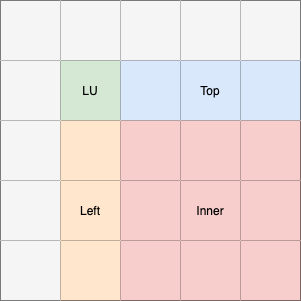
The draw.io diagram docs/source/LINPACK/implementation/lu_iteration_block1.drawio.png in pc2/HPCC_FPGA, before a commit. Source tidied: cells renumbered, new cells last; positions are measured from the earlier drawing's top-left corner, leaving out a move shared by most shapes. The source it was exported from:
```xml
<mxGraphModel>
  <root>
    <mxCell id="0" />
    <mxCell id="1" parent="0" />
    <mxCell id="2" style="shape=table;html=1;whiteSpace=wrap;startSize=0;" parent="1" vertex="1">
      <mxGeometry width="300" height="300" as="geometry" />
    </mxCell>
    <mxCell id="3" style="shape=partialRectangle;html=1;whiteSpace=wrap;fillColor=none;top=0;left=0;bottom=0;right=0;" parent="2" vertex="1">
      <mxGeometry width="300" height="60" as="geometry" />
    </mxCell>
    <mxCell id="4" style="shape=partialRectangle;html=1;whiteSpace=wrap;overflow=hidden;fillColor=#f5f5f5;top=0;left=0;bottom=0;right=0;strokeColor=#666666;fontColor=#333333;" parent="3" vertex="1">
      <mxGeometry width="60" height="60" as="geometry" />
    </mxCell>
    <mxCell id="5" style="shape=partialRectangle;html=1;whiteSpace=wrap;overflow=hidden;fillColor=#f5f5f5;top=0;left=0;bottom=0;right=0;strokeColor=#666666;fontColor=#333333;" parent="3" vertex="1">
      <mxGeometry x="60" width="60" height="60" as="geometry" />
    </mxCell>
    <mxCell id="6" style="shape=partialRectangle;html=1;whiteSpace=wrap;overflow=hidden;fillColor=#f5f5f5;top=0;left=0;bottom=0;right=0;strokeColor=#666666;fontColor=#333333;" parent="3" vertex="1">
      <mxGeometry x="120" width="60" height="60" as="geometry" />
    </mxCell>
    <mxCell id="7" style="shape=partialRectangle;html=1;whiteSpace=wrap;overflow=hidden;fillColor=#f5f5f5;top=0;left=0;bottom=0;right=0;strokeColor=#666666;fontColor=#333333;" parent="3" vertex="1">
      <mxGeometry x="180" width="60" height="60" as="geometry" />
    </mxCell>
    <mxCell id="8" style="shape=partialRectangle;html=1;whiteSpace=wrap;overflow=hidden;fillColor=#f5f5f5;top=0;left=0;bottom=0;right=0;strokeColor=#666666;fontColor=#333333;" parent="3" vertex="1">
      <mxGeometry x="240" width="60" height="60" as="geometry" />
    </mxCell>
    <mxCell id="9" style="shape=partialRectangle;html=1;whiteSpace=wrap;fillColor=none;top=0;left=0;bottom=0;right=0;" parent="2" vertex="1">
      <mxGeometry y="60" width="300" height="60" as="geometry" />
    </mxCell>
    <mxCell id="10" style="shape=partialRectangle;html=1;whiteSpace=wrap;overflow=hidden;fillColor=#f5f5f5;top=0;left=0;bottom=0;right=0;strokeColor=#666666;fontColor=#333333;" parent="9" vertex="1">
      <mxGeometry width="60" height="60" as="geometry" />
    </mxCell>
    <mxCell id="11" value="LU" style="shape=partialRectangle;html=1;whiteSpace=wrap;overflow=hidden;fillColor=#d5e8d4;top=0;left=0;bottom=0;right=0;strokeColor=#82b366;" parent="9" vertex="1">
      <mxGeometry x="60" width="60" height="60" as="geometry" />
    </mxCell>
    <mxCell id="12" style="shape=partialRectangle;html=1;whiteSpace=wrap;overflow=hidden;fillColor=#dae8fc;top=0;left=0;bottom=0;right=0;strokeColor=#6c8ebf;" parent="9" vertex="1">
      <mxGeometry x="120" width="60" height="60" as="geometry" />
    </mxCell>
    <mxCell id="13" value="Top" style="shape=partialRectangle;html=1;whiteSpace=wrap;overflow=hidden;fillColor=#dae8fc;top=0;left=0;bottom=0;right=0;strokeColor=#6c8ebf;" parent="9" vertex="1">
      <mxGeometry x="180" width="60" height="60" as="geometry" />
    </mxCell>
    <mxCell id="14" style="shape=partialRectangle;html=1;whiteSpace=wrap;overflow=hidden;fillColor=#dae8fc;top=0;left=0;bottom=0;right=0;strokeColor=#6c8ebf;" parent="9" vertex="1">
      <mxGeometry x="240" width="60" height="60" as="geometry" />
    </mxCell>
    <mxCell id="15" style="shape=partialRectangle;html=1;whiteSpace=wrap;fillColor=none;top=0;left=0;bottom=0;right=0;" parent="2" vertex="1">
      <mxGeometry y="120" width="300" height="60" as="geometry" />
    </mxCell>
    <mxCell id="16" style="shape=partialRectangle;html=1;whiteSpace=wrap;overflow=hidden;fillColor=#f5f5f5;top=0;left=0;bottom=0;right=0;strokeColor=#666666;fontColor=#333333;" parent="15" vertex="1">
      <mxGeometry width="60" height="60" as="geometry" />
    </mxCell>
    <mxCell id="17" style="shape=partialRectangle;html=1;whiteSpace=wrap;overflow=hidden;fillColor=#ffe6cc;top=0;left=0;bottom=0;right=0;strokeColor=#d79b00;" parent="15" vertex="1">
      <mxGeometry x="60" width="60" height="60" as="geometry" />
    </mxCell>
    <mxCell id="18" style="shape=partialRectangle;html=1;whiteSpace=wrap;overflow=hidden;fillColor=#f8cecc;top=0;left=0;bottom=0;right=0;strokeColor=#b85450;" parent="15" vertex="1">
      <mxGeometry x="120" width="60" height="60" as="geometry" />
    </mxCell>
    <mxCell id="19" style="shape=partialRectangle;html=1;whiteSpace=wrap;overflow=hidden;fillColor=#f8cecc;top=0;left=0;bottom=0;right=0;strokeColor=#b85450;" parent="15" vertex="1">
      <mxGeometry x="180" width="60" height="60" as="geometry" />
    </mxCell>
    <mxCell id="20" style="shape=partialRectangle;html=1;whiteSpace=wrap;overflow=hidden;fillColor=#f8cecc;top=0;left=0;bottom=0;right=0;strokeColor=#b85450;" parent="15" vertex="1">
      <mxGeometry x="240" width="60" height="60" as="geometry" />
    </mxCell>
    <mxCell id="21" style="shape=partialRectangle;html=1;whiteSpace=wrap;fillColor=none;top=0;left=0;bottom=0;right=0;" parent="2" vertex="1">
      <mxGeometry y="180" width="300" height="60" as="geometry" />
    </mxCell>
    <mxCell id="22" style="shape=partialRectangle;html=1;whiteSpace=wrap;overflow=hidden;fillColor=#f5f5f5;top=0;left=0;bottom=0;right=0;strokeColor=#666666;fontColor=#333333;" parent="21" vertex="1">
      <mxGeometry width="60" height="60" as="geometry" />
    </mxCell>
    <mxCell id="23" value="Left" style="shape=partialRectangle;html=1;whiteSpace=wrap;overflow=hidden;fillColor=#ffe6cc;top=0;left=0;bottom=0;right=0;strokeColor=#d79b00;" parent="21" vertex="1">
      <mxGeometry x="60" width="60" height="60" as="geometry" />
    </mxCell>
    <mxCell id="24" style="shape=partialRectangle;html=1;whiteSpace=wrap;overflow=hidden;fillColor=#f8cecc;top=0;left=0;bottom=0;right=0;strokeColor=#b85450;" parent="21" vertex="1">
      <mxGeometry x="120" width="60" height="60" as="geometry" />
    </mxCell>
    <mxCell id="25" value="Inner" style="shape=partialRectangle;html=1;whiteSpace=wrap;overflow=hidden;fillColor=#f8cecc;top=0;left=0;bottom=0;right=0;strokeColor=#b85450;" parent="21" vertex="1">
      <mxGeometry x="180" width="60" height="60" as="geometry" />
    </mxCell>
    <mxCell id="26" style="shape=partialRectangle;html=1;whiteSpace=wrap;overflow=hidden;fillColor=#f8cecc;top=0;left=0;bottom=0;right=0;strokeColor=#b85450;" parent="21" vertex="1">
      <mxGeometry x="240" width="60" height="60" as="geometry" />
    </mxCell>
    <mxCell id="27" style="shape=partialRectangle;html=1;whiteSpace=wrap;fillColor=none;top=0;left=0;bottom=0;right=0;" parent="2" vertex="1">
      <mxGeometry y="240" width="300" height="60" as="geometry" />
    </mxCell>
    <mxCell id="28" style="shape=partialRectangle;html=1;whiteSpace=wrap;overflow=hidden;fillColor=#f5f5f5;top=0;left=0;bottom=0;right=0;strokeColor=#666666;fontColor=#333333;" parent="27" vertex="1">
      <mxGeometry width="60" height="60" as="geometry" />
    </mxCell>
    <mxCell id="29" style="shape=partialRectangle;html=1;whiteSpace=wrap;overflow=hidden;fillColor=#ffe6cc;top=0;left=0;bottom=0;right=0;strokeColor=#d79b00;" parent="27" vertex="1">
      <mxGeometry x="60" width="60" height="60" as="geometry" />
    </mxCell>
    <mxCell id="30" style="shape=partialRectangle;html=1;whiteSpace=wrap;overflow=hidden;fillColor=#f8cecc;top=0;left=0;bottom=0;right=0;strokeColor=#b85450;" parent="27" vertex="1">
      <mxGeometry x="120" width="60" height="60" as="geometry" />
    </mxCell>
    <mxCell id="31" style="shape=partialRectangle;html=1;whiteSpace=wrap;overflow=hidden;fillColor=#f8cecc;top=0;left=0;bottom=0;right=0;strokeColor=#b85450;" parent="27" vertex="1">
      <mxGeometry x="180" width="60" height="60" as="geometry" />
    </mxCell>
    <mxCell id="32" style="shape=partialRectangle;html=1;whiteSpace=wrap;overflow=hidden;fillColor=#f8cecc;top=0;left=0;bottom=0;right=0;strokeColor=#b85450;" parent="27" vertex="1">
      <mxGeometry x="240" width="60" height="60" as="geometry" />
    </mxCell>
  </root>
</mxGraphModel>
```
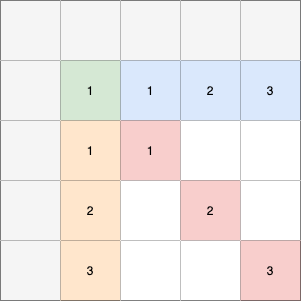
After the change.

Commit message:
Update docs and improve notebook

Change to the diagram source:
```diff
@@ -29,16 +29,16 @@
     <mxCell id="10" style="shape=partialRectangle;html=1;whiteSpace=wrap;overflow=hidden;fillColor=#f5f5f5;top=0;left=0;bottom=0;right=0;strokeColor=#666666;fontColor=#333333;" parent="9" vertex="1">
       <mxGeometry width="60" height="60" as="geometry" />
     </mxCell>
-    <mxCell id="11" value="LU" style="shape=partialRectangle;html=1;whiteSpace=wrap;overflow=hidden;fillColor=#d5e8d4;top=0;left=0;bottom=0;right=0;strokeColor=#82b366;" parent="9" vertex="1">
+    <mxCell id="11" value="1" style="shape=partialRectangle;html=1;whiteSpace=wrap;overflow=hidden;fillColor=#d5e8d4;top=0;left=0;bottom=0;right=0;strokeColor=#82b366;" parent="9" vertex="1">
       <mxGeometry x="60" width="60" height="60" as="geometry" />
     </mxCell>
-    <mxCell id="12" style="shape=partialRectangle;html=1;whiteSpace=wrap;overflow=hidden;fillColor=#dae8fc;top=0;left=0;bottom=0;right=0;strokeColor=#6c8ebf;" parent="9" vertex="1">
+    <mxCell id="12" value="1" style="shape=partialRectangle;html=1;whiteSpace=wrap;overflow=hidden;fillColor=#dae8fc;top=0;left=0;bottom=0;right=0;strokeColor=#6c8ebf;" parent="9" vertex="1">
       <mxGeometry x="120" width="60" height="60" as="geometry" />
     </mxCell>
-    <mxCell id="13" value="Top" style="shape=partialRectangle;html=1;whiteSpace=wrap;overflow=hidden;fillColor=#dae8fc;top=0;left=0;bottom=0;right=0;strokeColor=#6c8ebf;" parent="9" vertex="1">
+    <mxCell id="13" value="2" style="shape=partialRectangle;html=1;whiteSpace=wrap;overflow=hidden;fillColor=#dae8fc;top=0;left=0;bottom=0;right=0;strokeColor=#6c8ebf;" parent="9" vertex="1">
       <mxGeometry x="180" width="60" height="60" as="geometry" />
     </mxCell>
-    <mxCell id="14" style="shape=partialRectangle;html=1;whiteSpace=wrap;overflow=hidden;fillColor=#dae8fc;top=0;left=0;bottom=0;right=0;strokeColor=#6c8ebf;" parent="9" vertex="1">
+    <mxCell id="14" value="3" style="shape=partialRectangle;html=1;whiteSpace=wrap;overflow=hidden;fillColor=#dae8fc;top=0;left=0;bottom=0;right=0;strokeColor=#6c8ebf;" parent="9" vertex="1">
       <mxGeometry x="240" width="60" height="60" as="geometry" />
     </mxCell>
     <mxCell id="15" style="shape=partialRectangle;html=1;whiteSpace=wrap;fillColor=none;top=0;left=0;bottom=0;right=0;" parent="2" vertex="1">
@@ -47,16 +47,16 @@
     <mxCell id="16" style="shape=partialRectangle;html=1;whiteSpace=wrap;overflow=hidden;fillColor=#f5f5f5;top=0;left=0;bottom=0;right=0;strokeColor=#666666;fontColor=#333333;" parent="15" vertex="1">
       <mxGeometry width="60" height="60" as="geometry" />
     </mxCell>
-    <mxCell id="17" style="shape=partialRectangle;html=1;whiteSpace=wrap;overflow=hidden;fillColor=#ffe6cc;top=0;left=0;bottom=0;right=0;strokeColor=#d79b00;" parent="15" vertex="1">
+    <mxCell id="17" value="1" style="shape=partialRectangle;html=1;whiteSpace=wrap;overflow=hidden;fillColor=#ffe6cc;top=0;left=0;bottom=0;right=0;strokeColor=#d79b00;" parent="15" vertex="1">
       <mxGeometry x="60" width="60" height="60" as="geometry" />
     </mxCell>
-    <mxCell id="18" style="shape=partialRectangle;html=1;whiteSpace=wrap;overflow=hidden;fillColor=#f8cecc;top=0;left=0;bottom=0;right=0;strokeColor=#b85450;" parent="15" vertex="1">
+    <mxCell id="18" value="1" style="shape=partialRectangle;html=1;whiteSpace=wrap;overflow=hidden;fillColor=#f8cecc;top=0;left=0;bottom=0;right=0;strokeColor=#b85450;" parent="15" vertex="1">
       <mxGeometry x="120" width="60" height="60" as="geometry" />
     </mxCell>
-    <mxCell id="19" style="shape=partialRectangle;html=1;whiteSpace=wrap;overflow=hidden;fillColor=#f8cecc;top=0;left=0;bottom=0;right=0;strokeColor=#b85450;" parent="15" vertex="1">
+    <mxCell id="19" style="shape=partialRectangle;html=1;whiteSpace=wrap;overflow=hidden;top=0;left=0;bottom=0;right=0;" parent="15" vertex="1">
       <mxGeometry x="180" width="60" height="60" as="geometry" />
     </mxCell>
-    <mxCell id="20" style="shape=partialRectangle;html=1;whiteSpace=wrap;overflow=hidden;fillColor=#f8cecc;top=0;left=0;bottom=0;right=0;strokeColor=#b85450;" parent="15" vertex="1">
+    <mxCell id="20" style="shape=partialRectangle;html=1;whiteSpace=wrap;overflow=hidden;top=0;left=0;bottom=0;right=0;" parent="15" vertex="1">
       <mxGeometry x="240" width="60" height="60" as="geometry" />
     </mxCell>
     <mxCell id="21" style="shape=partialRectangle;html=1;whiteSpace=wrap;fillColor=none;top=0;left=0;bottom=0;right=0;" parent="2" vertex="1">
@@ -65,16 +65,16 @@
     <mxCell id="22" style="shape=partialRectangle;html=1;whiteSpace=wrap;overflow=hidden;fillColor=#f5f5f5;top=0;left=0;bottom=0;right=0;strokeColor=#666666;fontColor=#333333;" parent="21" vertex="1">
       <mxGeometry width="60" height="60" as="geometry" />
     </mxCell>
-    <mxCell id="23" value="Left" style="shape=partialRectangle;html=1;whiteSpace=wrap;overflow=hidden;fillColor=#ffe6cc;top=0;left=0;bottom=0;right=0;strokeColor=#d79b00;" parent="21" vertex="1">
+    <mxCell id="23" value="2" style="shape=partialRectangle;html=1;whiteSpace=wrap;overflow=hidden;fillColor=#ffe6cc;top=0;left=0;bottom=0;right=0;strokeColor=#d79b00;" parent="21" vertex="1">
       <mxGeometry x="60" width="60" height="60" as="geometry" />
     </mxCell>
-    <mxCell id="24" style="shape=partialRectangle;html=1;whiteSpace=wrap;overflow=hidden;fillColor=#f8cecc;top=0;left=0;bottom=0;right=0;strokeColor=#b85450;" parent="21" vertex="1">
+    <mxCell id="24" style="shape=partialRectangle;html=1;whiteSpace=wrap;overflow=hidden;top=0;left=0;bottom=0;right=0;" parent="21" vertex="1">
       <mxGeometry x="120" width="60" height="60" as="geometry" />
     </mxCell>
-    <mxCell id="25" value="Inner" style="shape=partialRectangle;html=1;whiteSpace=wrap;overflow=hidden;fillColor=#f8cecc;top=0;left=0;bottom=0;right=0;strokeColor=#b85450;" parent="21" vertex="1">
+    <mxCell id="25" value="2" style="shape=partialRectangle;html=1;whiteSpace=wrap;overflow=hidden;fillColor=#f8cecc;top=0;left=0;bottom=0;right=0;strokeColor=#b85450;" parent="21" vertex="1">
       <mxGeometry x="180" width="60" height="60" as="geometry" />
     </mxCell>
-    <mxCell id="26" style="shape=partialRectangle;html=1;whiteSpace=wrap;overflow=hidden;fillColor=#f8cecc;top=0;left=0;bottom=0;right=0;strokeColor=#b85450;" parent="21" vertex="1">
+    <mxCell id="26" style="shape=partialRectangle;html=1;whiteSpace=wrap;overflow=hidden;top=0;left=0;bottom=0;right=0;" parent="21" vertex="1">
       <mxGeometry x="240" width="60" height="60" as="geometry" />
     </mxCell>
     <mxCell id="27" style="shape=partialRectangle;html=1;whiteSpace=wrap;fillColor=none;top=0;left=0;bottom=0;right=0;" parent="2" vertex="1">
@@ -83,16 +83,16 @@
     <mxCell id="28" style="shape=partialRectangle;html=1;whiteSpace=wrap;overflow=hidden;fillColor=#f5f5f5;top=0;left=0;bottom=0;right=0;strokeColor=#666666;fontColor=#333333;" parent="27" vertex="1">
       <mxGeometry width="60" height="60" as="geometry" />
     </mxCell>
-    <mxCell id="29" style="shape=partialRectangle;html=1;whiteSpace=wrap;overflow=hidden;fillColor=#ffe6cc;top=0;left=0;bottom=0;right=0;strokeColor=#d79b00;" parent="27" vertex="1">
+    <mxCell id="29" value="3" style="shape=partialRectangle;html=1;whiteSpace=wrap;overflow=hidden;fillColor=#ffe6cc;top=0;left=0;bottom=0;right=0;strokeColor=#d79b00;" parent="27" vertex="1">
       <mxGeometry x="60" width="60" height="60" as="geometry" />
     </mxCell>
-    <mxCell id="30" style="shape=partialRectangle;html=1;whiteSpace=wrap;overflow=hidden;fillColor=#f8cecc;top=0;left=0;bottom=0;right=0;strokeColor=#b85450;" parent="27" vertex="1">
+    <mxCell id="30" style="shape=partialRectangle;html=1;whiteSpace=wrap;overflow=hidden;top=0;left=0;bottom=0;right=0;" parent="27" vertex="1">
       <mxGeometry x="120" width="60" height="60" as="geometry" />
     </mxCell>
-    <mxCell id="31" style="shape=partialRectangle;html=1;whiteSpace=wrap;overflow=hidden;fillColor=#f8cecc;top=0;left=0;bottom=0;right=0;strokeColor=#b85450;" parent="27" vertex="1">
+    <mxCell id="31" style="shape=partialRectangle;html=1;whiteSpace=wrap;overflow=hidden;top=0;left=0;bottom=0;right=0;" parent="27" vertex="1">
       <mxGeometry x="180" width="60" height="60" as="geometry" />
     </mxCell>
-    <mxCell id="32" style="shape=partialRectangle;html=1;whiteSpace=wrap;overflow=hidden;fillColor=#f8cecc;top=0;left=0;bottom=0;right=0;strokeColor=#b85450;" parent="27" vertex="1">
+    <mxCell id="32" value="3" style="shape=partialRectangle;html=1;whiteSpace=wrap;overflow=hidden;fillColor=#f8cecc;top=0;left=0;bottom=0;right=0;strokeColor=#b85450;" parent="27" vertex="1">
       <mxGeometry x="240" width="60" height="60" as="geometry" />
     </mxCell>
   </root>
```
